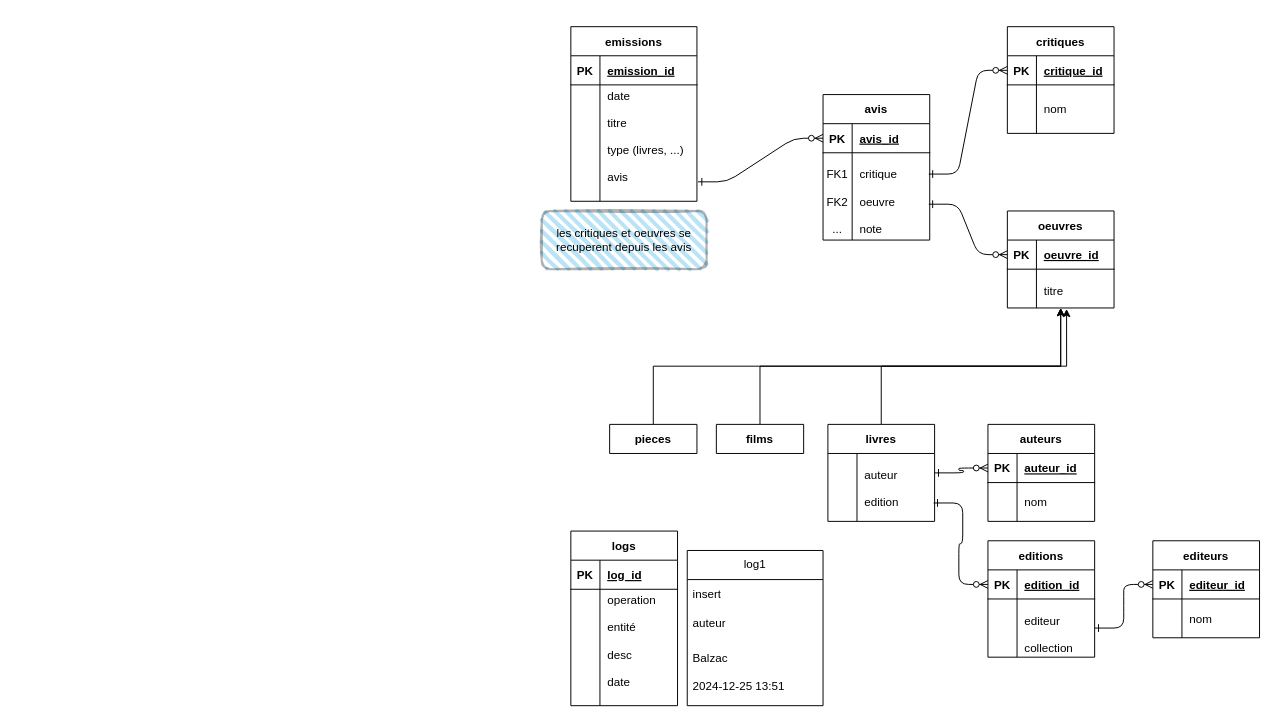
Before: db/lmelp.drawio in castorfou/lmelp, a draw.io diagram. Source tidied: cells renumbered, new cells numbered last; positions are measured from the earlier drawing's top-left corner, leaving out a move shared by most shapes. Both pictures are drawn from the tidied source at 97%, with x=0, y=0 at pixel (541, 26).
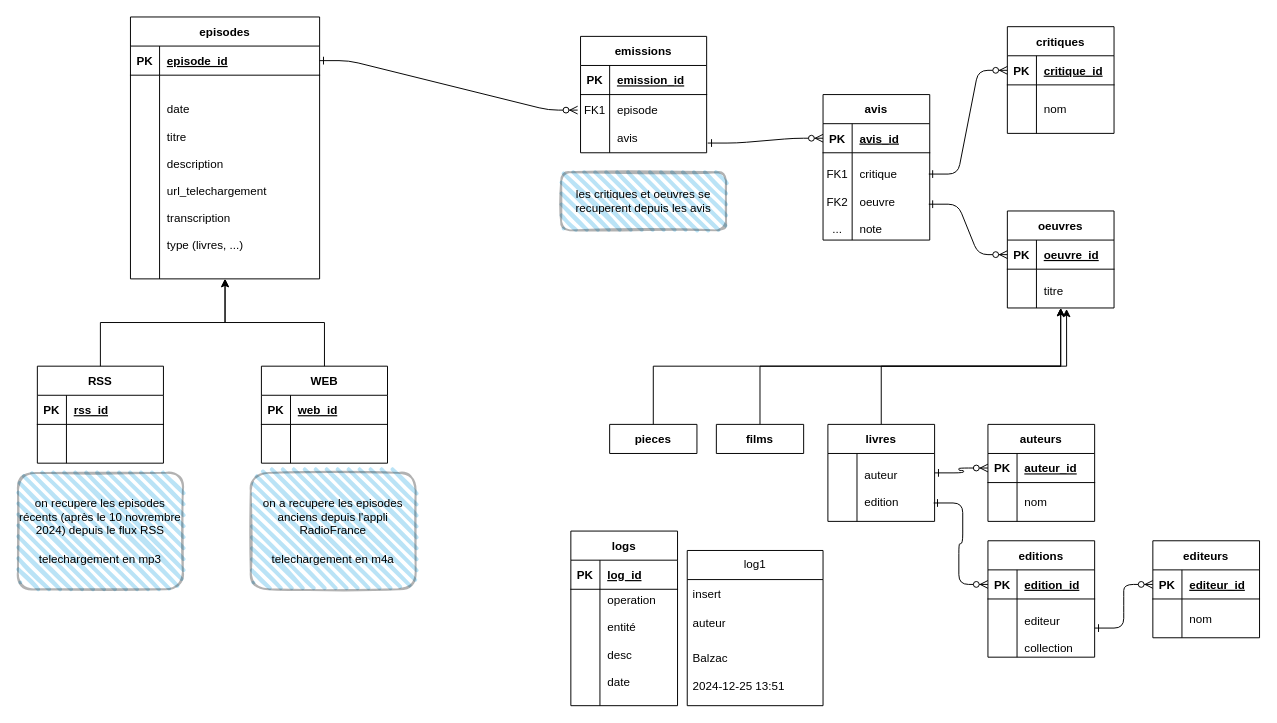
The same page after the edit.

Commit message:
Mettre à jour lmelp.drawio

Change to the diagram source:
```diff
@@
     <mxCell id="2" value="emissions" style="shape=table;startSize=30;childLayout=tableLayout;rowLines=0;fontStyle=1;align=center;" parent="1" vertex="1">
-      <mxGeometry x="30" width="130" height="180" as="geometry" />
+      <mxGeometry x="40" y="10" width="130" height="120" as="geometry" />
     </mxCell>
@@
     <mxCell id="6" style="shape=partialRectangle;fillColor=none;points=[[0,0.5],[1,0.5]];portConstraint=eastwest;top=0;left=0;right=0;bottom=0;" parent="2" vertex="1">
-      <mxGeometry y="60" width="130" height="120" as="geometry" />
+      <mxGeometry y="60" width="130" height="60" as="geometry" />
     </mxCell>
-    <mxCell id="7" style="shape=partialRectangle;overflow=hidden;fillColor=none;top=0;left=0;bottom=0;right=0;" parent="6" vertex="1">
-      <mxGeometry width="30" height="120" as="geometry" />
+    <mxCell id="7" value="FK1&#10;&#10;" style="shape=partialRectangle;overflow=hidden;fillColor=none;top=0;left=0;bottom=0;right=0;" parent="6" vertex="1">
+      <mxGeometry width="30" height="60" as="geometry" />
     </mxCell>
-    <mxCell id="8" value="date&#10;&#10;titre&#10;&#10;type (livres, ...)&#10;&#10;avis&#10;" style="shape=partialRectangle;overflow=hidden;fillColor=none;top=0;left=0;bottom=0;right=0;align=left;spacingLeft=6;" parent="6" vertex="1">
-      <mxGeometry x="30" width="100" height="120" as="geometry" />
+    <mxCell id="8" value="episode&#10;&#10;avis" style="shape=partialRectangle;overflow=hidden;fillColor=none;top=0;left=0;bottom=0;right=0;align=left;spacingLeft=6;" parent="6" vertex="1">
+      <mxGeometry x="30" width="100" height="60" as="geometry" />
     </mxCell>
@@
     <mxCell id="66" value="les critiques et oeuvres se recuperent depuis les avis" style="rounded=1;whiteSpace=wrap;html=1;strokeWidth=2;fillWeight=4;hachureGap=8;hachureAngle=45;fillColor=#1ba1e2;sketch=1;opacity=30;" parent="1" vertex="1">
-      <mxGeometry y="190" width="170" height="60" as="geometry" />
+      <mxGeometry x="20" y="150" width="170" height="60" as="geometry" />
     </mxCell>
@@
+    <mxCell id="78" value="episodes" style="shape=table;startSize=30;childLayout=tableLayout;rowLines=0;fontStyle=1;align=center;" parent="1" vertex="1">
+      <mxGeometry x="-424" y="-10" width="195" height="270" as="geometry" />
+    </mxCell>
+    <mxCell id="79" style="shape=partialRectangle;fillColor=none;points=[[0,0.5],[1,0.5]];portConstraint=eastwest;top=0;left=0;right=0;bottom=1;" parent="78" vertex="1">
+      <mxGeometry y="30" width="195" height="30" as="geometry" />
+    </mxCell>
+    <mxCell id="80" value="PK" style="shape=partialRectangle;overflow=hidden;fillColor=none;top=0;left=0;bottom=0;right=0;fontStyle=1;" parent="79" vertex="1">
+      <mxGeometry width="30" height="30" as="geometry" />
+    </mxCell>
+    <mxCell id="81" value="episode_id" style="shape=partialRectangle;overflow=hidden;fillColor=none;top=0;left=0;bottom=0;right=0;align=left;spacingLeft=6;fontStyle=5;" parent="79" vertex="1">
+      <mxGeometry x="30" width="165" height="30" as="geometry" />
+    </mxCell>
+    <mxCell id="82" style="shape=partialRectangle;fillColor=none;points=[[0,0.5],[1,0.5]];portConstraint=eastwest;top=0;left=0;right=0;bottom=0;" parent="78" vertex="1">
+      <mxGeometry y="60" width="195" height="210" as="geometry" />
+    </mxCell>
+    <mxCell id="83" style="shape=partialRectangle;overflow=hidden;fillColor=none;top=0;left=0;bottom=0;right=0;" parent="82" vertex="1">
+      <mxGeometry width="30" height="210" as="geometry" />
+    </mxCell>
+    <mxCell id="84" value="date&#10;&#10;titre&#10;&#10;description&#10;&#10;url_telechargement&#10;&#10;transcription&#10;&#10;type (livres, ...)" style="shape=partialRectangle;overflow=hidden;fillColor=none;top=0;left=0;bottom=0;right=0;align=left;spacingLeft=6;" parent="82" vertex="1">
+      <mxGeometry x="30" width="165" height="210" as="geometry" />
+    </mxCell>
+    <mxCell id="85" value="RSS" style="shape=table;startSize=30;childLayout=tableLayout;rowLines=0;fontStyle=1;align=center;" parent="1" vertex="1">
+      <mxGeometry x="-520" y="350" width="130" height="100" as="geometry" />
+    </mxCell>
+    <mxCell id="86" style="shape=partialRectangle;fillColor=none;top=0;left=0;right=0;bottom=1;" parent="85" vertex="1">
+      <mxGeometry y="30" width="130" height="30" as="geometry" />
+    </mxCell>
+    <mxCell id="87" value="PK" style="shape=partialRectangle;overflow=hidden;fillColor=none;top=0;left=0;bottom=0;right=0;fontStyle=1;" parent="86" vertex="1">
+      <mxGeometry width="30" height="30" as="geometry" />
+    </mxCell>
+    <mxCell id="88" value="rss_id" style="shape=partialRectangle;overflow=hidden;fillColor=none;top=0;left=0;bottom=0;right=0;align=left;spacingLeft=6;fontStyle=5;" parent="86" vertex="1">
+      <mxGeometry x="30" width="100" height="30" as="geometry" />
+    </mxCell>
+    <mxCell id="89" style="shape=partialRectangle;fillColor=none;top=0;left=0;right=0;bottom=0;" parent="85" vertex="1">
+      <mxGeometry y="60" width="130" height="40" as="geometry" />
+    </mxCell>
+    <mxCell id="90" style="shape=partialRectangle;overflow=hidden;fillColor=none;top=0;left=0;bottom=0;right=0;" parent="89" vertex="1">
+      <mxGeometry width="30" height="40" as="geometry" />
+    </mxCell>
+    <mxCell id="91" style="shape=partialRectangle;overflow=hidden;fillColor=none;top=0;left=0;bottom=0;right=0;align=left;spacingLeft=6;" parent="89" vertex="1">
+      <mxGeometry x="30" width="100" height="40" as="geometry" />
+    </mxCell>
+    <mxCell id="92" style="edgeStyle=orthogonalEdgeStyle;rounded=0;jettySize=auto;html=1;entryX=0.5;entryY=1;entryDx=0;entryDy=0;entryPerimeter=0;" parent="1" edge="1" source="85" target="82">
+      <mxGeometry relative="1" as="geometry" />
+    </mxCell>
+    <mxCell id="93" value="WEB" style="shape=table;startSize=30;childLayout=tableLayout;rowLines=0;fontStyle=1;align=center;" parent="1" vertex="1">
+      <mxGeometry x="-289" y="350" width="130" height="100" as="geometry" />
+    </mxCell>
+    <mxCell id="94" style="shape=partialRectangle;fillColor=none;top=0;left=0;right=0;bottom=1;" parent="93" vertex="1">
+      <mxGeometry y="30" width="130" height="30" as="geometry" />
+    </mxCell>
+    <mxCell id="95" value="PK" style="shape=partialRectangle;overflow=hidden;fillColor=none;top=0;left=0;bottom=0;right=0;fontStyle=1;" parent="94" vertex="1">
+      <mxGeometry width="30" height="30" as="geometry" />
+    </mxCell>
+    <mxCell id="96" value="web_id" style="shape=partialRectangle;overflow=hidden;fillColor=none;top=0;left=0;bottom=0;right=0;align=left;spacingLeft=6;fontStyle=5;" parent="94" vertex="1">
+      <mxGeometry x="30" width="100" height="30" as="geometry" />
+    </mxCell>
+    <mxCell id="97" style="shape=partialRectangle;fillColor=none;top=0;left=0;right=0;bottom=0;" parent="93" vertex="1">
+      <mxGeometry y="60" width="130" height="40" as="geometry" />
+    </mxCell>
+    <mxCell id="98" style="shape=partialRectangle;overflow=hidden;fillColor=none;top=0;left=0;bottom=0;right=0;" parent="97" vertex="1">
+      <mxGeometry width="30" height="40" as="geometry" />
+    </mxCell>
+    <mxCell id="99" style="shape=partialRectangle;overflow=hidden;fillColor=none;top=0;left=0;bottom=0;right=0;align=left;spacingLeft=6;" parent="97" vertex="1">
+      <mxGeometry x="30" width="100" height="40" as="geometry" />
+    </mxCell>
+    <mxCell id="100" style="edgeStyle=orthogonalEdgeStyle;rounded=0;jettySize=auto;html=1;entryX=0.5;entryY=1;entryDx=0;entryDy=0;entryPerimeter=0;" parent="1" edge="1" source="93" target="82">
+      <mxGeometry relative="1" as="geometry" />
+    </mxCell>
+    <mxCell id="101" value="&lt;div&gt;on recupere les episodes récents (après le 10 novrembre 2024) depuis le flux RSS&lt;/div&gt;&lt;div&gt;&lt;br&gt;&lt;/div&gt;telechargement en mp3" style="rounded=1;whiteSpace=wrap;html=1;strokeWidth=2;fillWeight=4;hachureGap=8;hachureAngle=45;fillColor=#1ba1e2;sketch=1;opacity=30;" parent="1" vertex="1">
+      <mxGeometry x="-540" y="460" width="170" height="120" as="geometry" />
+    </mxCell>
+    <mxCell id="102" value="&lt;div&gt;on a recupere les episodes anciens depuis l'appli RadioFrance &lt;br&gt;&lt;/div&gt;&lt;div&gt;&lt;br&gt;&lt;/div&gt;&lt;div&gt;telechargement en m4a&lt;br&gt;&lt;/div&gt;" style="rounded=1;whiteSpace=wrap;html=1;strokeWidth=2;fillWeight=4;hachureGap=8;hachureAngle=45;fillColor=#1ba1e2;sketch=1;opacity=30;" parent="1" vertex="1">
+      <mxGeometry x="-300" y="460" width="170" height="120" as="geometry" />
+    </mxCell>
+    <mxCell id="103" style="edgeStyle=entityRelationEdgeStyle;endArrow=ERzeroToMany;startArrow=ERone;endFill=1;startFill=0;exitX=1;exitY=0.5;exitDx=0;exitDy=0;entryX=-0.023;entryY=0.267;entryDx=0;entryDy=0;entryPerimeter=0;" parent="1" edge="1" source="79" target="6">
+      <mxGeometry relative="1" as="geometry" />
+    </mxCell>
```
